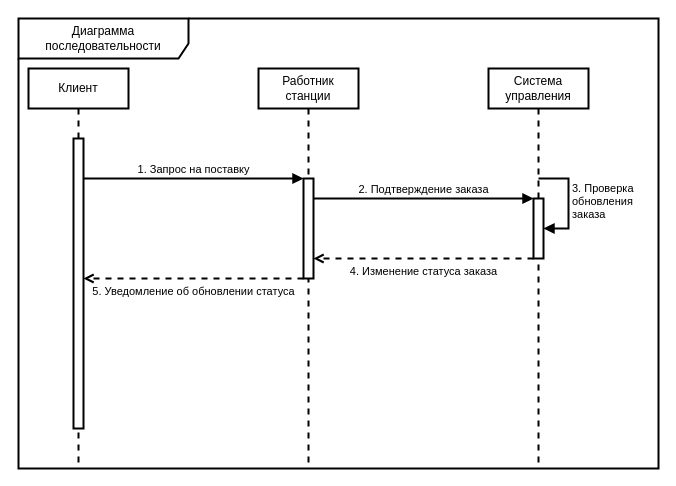
Helpmepleaseitishard/Aikms keeps this draw.io diagram as page "Page-1" (1 of 3) of 1.drawio. Above is the earlier version. Source tidied: cells renumbered, new cells numbered last; positions are measured from the earlier drawing's top-left corner, leaving out a move shared by most shapes. Both pictures are drawn from the tidied source at 100%, with x=0, y=0 at pixel (18, 18).
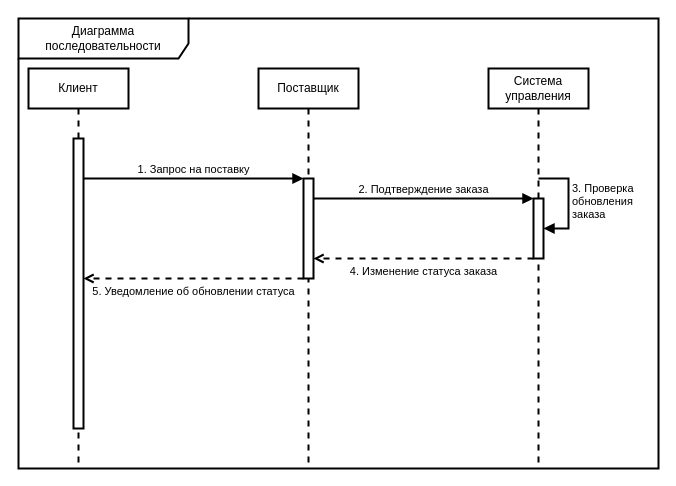
After the change.

Diff of the diagram source:
```diff
@@
-    <mxCell id="5" value="Работник станции" style="shape=umlLifeline;perimeter=lifelinePerimeter;whiteSpace=wrap;html=1;newEdgeStyle={&quot;curved&quot;:0,&quot;rounded&quot;:0};strokeWidth=2;" parent="1" vertex="1">
+    <mxCell id="5" value="Поставщик" style="shape=umlLifeline;perimeter=lifelinePerimeter;whiteSpace=wrap;html=1;newEdgeStyle={&quot;curved&quot;:0,&quot;rounded&quot;:0};strokeWidth=2;" parent="1" vertex="1">
       <mxGeometry x="240" y="50" width="100" height="400" as="geometry" />
     </mxCell>
```
